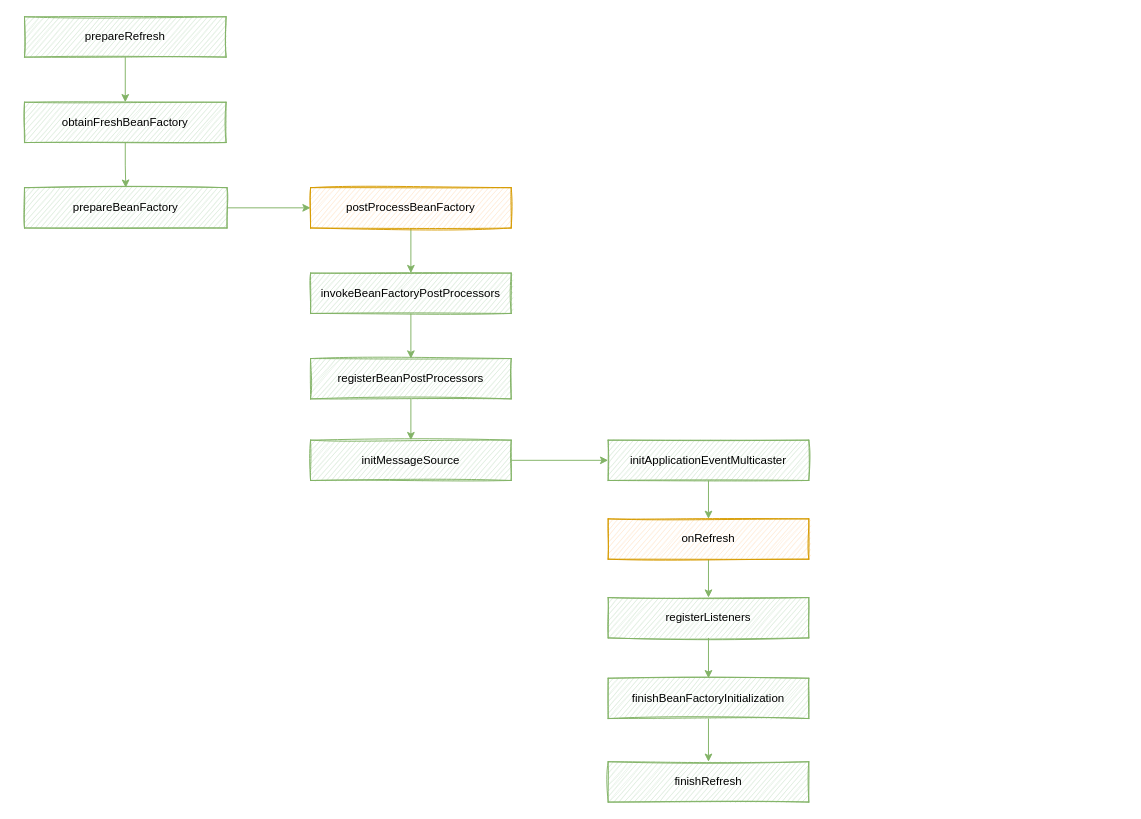
This is page "Page-4" (4 of 5) of SpringMVC.drawio from blockmao/draw, a draw.io file, before an edit. Source tidied: cells renumbered, new cells numbered last; positions are measured from the earlier drawing's top-left corner, leaving out a move shared by most shapes. Both pictures are drawn from the tidied source at 96%, with x=0, y=0 at pixel (24, 16).
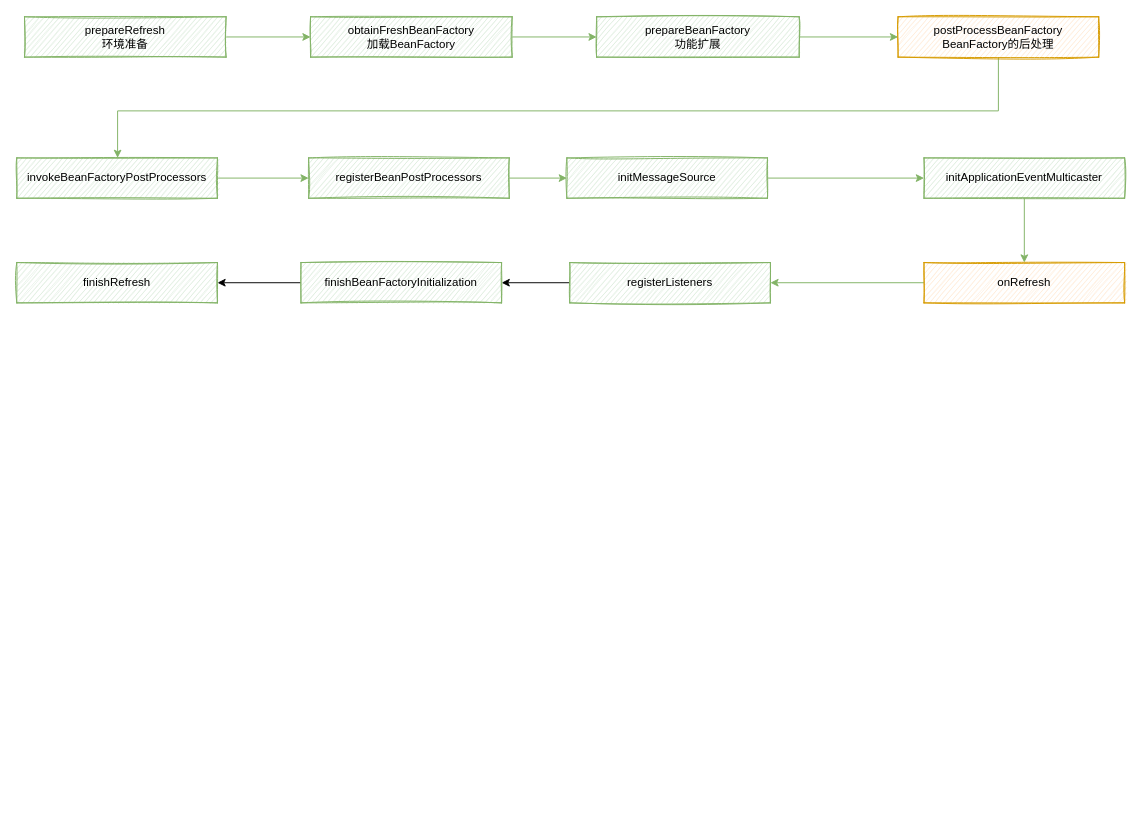
The same page after the edit.

The edit, as a diff of the source:
```diff
@@
-    <mxCell id="2" style="edgeStyle=orthogonalEdgeStyle;rounded=0;jettySize=auto;html=1;exitX=0.5;exitY=1;exitDx=0;exitDy=0;entryX=0.5;entryY=0;entryDx=0;entryDy=0;fillColor=#d5e8d4;strokeColor=#82b366;" parent="1" edge="1" source="3" target="5">
+    <mxCell id="2" style="edgeStyle=orthogonalEdgeStyle;rounded=0;jettySize=auto;html=1;entryX=0;entryY=0.5;entryDx=0;entryDy=0;fillColor=#d5e8d4;strokeColor=#82b366;" parent="1" edge="1" source="3" target="5">
       <mxGeometry relative="1" as="geometry" />
     </mxCell>
-    <mxCell id="3" value="prepareRefresh" style="rounded=0;whiteSpace=wrap;html=1;shadow=0;labelBorderColor=none;sketch=1;fillColor=#d5e8d4;strokeColor=#82b366;" parent="1" vertex="1">
+    <mxCell id="3" value="prepareRefresh&lt;br&gt;环境准备" style="rounded=0;whiteSpace=wrap;html=1;shadow=0;labelBorderColor=none;sketch=1;fillColor=#d5e8d4;strokeColor=#82b366;" parent="1" vertex="1">
       <mxGeometry width="210" height="42" as="geometry" />
     </mxCell>
@@
-    <mxCell id="5" value="obtainFreshBeanFactory" style="rounded=0;whiteSpace=wrap;html=1;shadow=0;labelBorderColor=none;sketch=1;fillColor=#d5e8d4;strokeColor=#82b366;" parent="1" vertex="1">
-      <mxGeometry y="89" width="210" height="42" as="geometry" />
+    <mxCell id="5" value="obtainFreshBeanFactory&lt;br&gt;加载BeanFactory" style="rounded=0;whiteSpace=wrap;html=1;shadow=0;labelBorderColor=none;sketch=1;fillColor=#d5e8d4;strokeColor=#82b366;" parent="1" vertex="1">
+      <mxGeometry x="298" width="210" height="42" as="geometry" />
     </mxCell>
@@
-    <mxCell id="7" value="prepareBeanFactory" style="rounded=0;whiteSpace=wrap;html=1;shadow=0;labelBorderColor=none;sketch=1;fillColor=#d5e8d4;strokeColor=#82b366;" parent="1" vertex="1">
-      <mxGeometry y="178" width="211" height="42" as="geometry" />
+    <mxCell id="7" value="prepareBeanFactory&lt;br&gt;功能扩展" style="rounded=0;whiteSpace=wrap;html=1;shadow=0;labelBorderColor=none;sketch=1;fillColor=#d5e8d4;strokeColor=#82b366;" parent="1" vertex="1">
+      <mxGeometry x="596" width="211" height="42" as="geometry" />
     </mxCell>
     <mxCell id="8" style="edgeStyle=orthogonalEdgeStyle;rounded=0;jettySize=auto;html=1;fillColor=#d5e8d4;strokeColor=#82b366;" parent="1" edge="1" source="9" target="11">
-      <mxGeometry relative="1" as="geometry" />
+      <mxGeometry relative="1" as="geometry">
+        <Array as="points">
+          <mxPoint x="1015" y="98" />
+          <mxPoint x="97" y="98" />
+        </Array>
+      </mxGeometry>
     </mxCell>
-    <mxCell id="9" value="postProcessBeanFactory" style="rounded=0;whiteSpace=wrap;html=1;shadow=0;labelBorderColor=none;sketch=1;fillColor=#ffe6cc;strokeColor=#d79b00;" parent="1" vertex="1">
-      <mxGeometry x="298" y="178" width="209" height="42" as="geometry" />
+    <mxCell id="9" value="postProcessBeanFactory&lt;br&gt;BeanFactory的后处理" style="rounded=0;whiteSpace=wrap;html=1;shadow=0;labelBorderColor=none;sketch=1;fillColor=#ffe6cc;strokeColor=#d79b00;" parent="1" vertex="1">
+      <mxGeometry x="910" width="209" height="42" as="geometry" />
     </mxCell>
-    <mxCell id="10" style="edgeStyle=orthogonalEdgeStyle;rounded=0;jettySize=auto;html=1;entryX=0.5;entryY=0;entryDx=0;entryDy=0;fillColor=#d5e8d4;strokeColor=#82b366;" parent="1" edge="1" source="11" target="13">
+    <mxCell id="10" style="edgeStyle=orthogonalEdgeStyle;rounded=0;jettySize=auto;html=1;entryX=0;entryY=0.5;entryDx=0;entryDy=0;fillColor=#d5e8d4;strokeColor=#82b366;" parent="1" edge="1" source="11" target="13">
       <mxGeometry relative="1" as="geometry" />
     </mxCell>
     <mxCell id="11" value="invokeBeanFactoryPostProcessors" style="rounded=0;whiteSpace=wrap;html=1;shadow=0;labelBorderColor=none;sketch=1;fillColor=#d5e8d4;strokeColor=#82b366;" parent="1" vertex="1">
-      <mxGeometry x="298" y="267" width="209" height="42" as="geometry" />
+      <mxGeometry x="-8" y="147" width="209" height="42" as="geometry" />
     </mxCell>
@@
     <mxCell id="13" value="registerBeanPostProcessors" style="rounded=0;whiteSpace=wrap;html=1;shadow=0;labelBorderColor=none;sketch=1;fillColor=#d5e8d4;strokeColor=#82b366;" parent="1" vertex="1">
-      <mxGeometry x="298" y="356" width="209" height="42" as="geometry" />
+      <mxGeometry x="296" y="147" width="209" height="42" as="geometry" />
     </mxCell>
@@
     <mxCell id="15" value="initMessageSource" style="rounded=0;whiteSpace=wrap;html=1;shadow=0;labelBorderColor=none;sketch=1;fillColor=#d5e8d4;strokeColor=#82b366;" parent="1" vertex="1">
-      <mxGeometry x="298" y="441" width="209" height="42" as="geometry" />
+      <mxGeometry x="565" y="147" width="209" height="42" as="geometry" />
     </mxCell>
@@
     <mxCell id="17" value="initApplicationEventMulticaster" style="rounded=0;whiteSpace=wrap;html=1;shadow=0;labelBorderColor=none;sketch=1;fillColor=#d5e8d4;strokeColor=#82b366;" parent="1" vertex="1">
-      <mxGeometry x="608" y="441" width="209" height="42" as="geometry" />
+      <mxGeometry x="937" y="147" width="209" height="42" as="geometry" />
     </mxCell>
-    <mxCell id="18" style="edgeStyle=orthogonalEdgeStyle;rounded=0;jettySize=auto;html=1;entryX=0.5;entryY=0;entryDx=0;entryDy=0;fillColor=#d5e8d4;strokeColor=#82b366;" parent="1" edge="1" source="19" target="21">
+    <mxCell id="18" style="edgeStyle=orthogonalEdgeStyle;rounded=0;jettySize=auto;html=1;entryX=1;entryY=0.5;entryDx=0;entryDy=0;fillColor=#d5e8d4;strokeColor=#82b366;" parent="1" edge="1" source="19" target="21">
       <mxGeometry relative="1" as="geometry" />
     </mxCell>
     <mxCell id="19" value="onRefresh" style="rounded=0;whiteSpace=wrap;html=1;shadow=0;labelBorderColor=none;sketch=1;fillColor=#ffe6cc;strokeColor=#d79b00;" parent="1" vertex="1">
-      <mxGeometry x="608" y="523" width="209" height="42" as="geometry" />
+      <mxGeometry x="937" y="256" width="209" height="42" as="geometry" />
     </mxCell>
-    <mxCell id="20" style="edgeStyle=orthogonalEdgeStyle;rounded=0;jettySize=auto;html=1;entryX=0.5;entryY=0;entryDx=0;entryDy=0;fillColor=#d5e8d4;strokeColor=#82b366;" parent="1" edge="1" source="21" target="23">
+    <mxCell id="20" style="edgeStyle=orthogonalEdgeStyle;rounded=0;jettySize=auto;html=1;entryX=1;entryY=0.5;entryDx=0;entryDy=0;" parent="1" edge="1" source="21" target="23">
       <mxGeometry relative="1" as="geometry" />
     </mxCell>
     <mxCell id="21" value="registerListeners" style="rounded=0;whiteSpace=wrap;html=1;shadow=0;labelBorderColor=none;sketch=1;fillColor=#d5e8d4;strokeColor=#82b366;" parent="1" vertex="1">
-      <mxGeometry x="608" y="605" width="209" height="42" as="geometry" />
+      <mxGeometry x="568" y="256" width="209" height="42" as="geometry" />
     </mxCell>
-    <mxCell id="22" style="edgeStyle=orthogonalEdgeStyle;rounded=0;jettySize=auto;html=1;entryX=0.5;entryY=0;entryDx=0;entryDy=0;fillColor=#d5e8d4;strokeColor=#82b366;" parent="1" edge="1" source="23" target="24">
+    <mxCell id="22" style="edgeStyle=orthogonalEdgeStyle;rounded=0;jettySize=auto;html=1;entryX=1;entryY=0.5;entryDx=0;entryDy=0;" parent="1" edge="1" source="23" target="24">
       <mxGeometry relative="1" as="geometry" />
     </mxCell>
     <mxCell id="23" value="finishBeanFactoryInitialization" style="rounded=0;whiteSpace=wrap;html=1;shadow=0;labelBorderColor=none;sketch=1;fillColor=#d5e8d4;strokeColor=#82b366;" parent="1" vertex="1">
-      <mxGeometry x="608" y="689" width="209" height="42" as="geometry" />
+      <mxGeometry x="288" y="256" width="209" height="42" as="geometry" />
     </mxCell>
     <mxCell id="24" value="finishRefresh" style="rounded=0;whiteSpace=wrap;html=1;shadow=0;labelBorderColor=none;sketch=1;fillColor=#d5e8d4;strokeColor=#82b366;" parent="1" vertex="1">
-      <mxGeometry x="608" y="776" width="209" height="42" as="geometry" />
+      <mxGeometry x="-8" y="256" width="209" height="42" as="geometry" />
     </mxCell>
```
